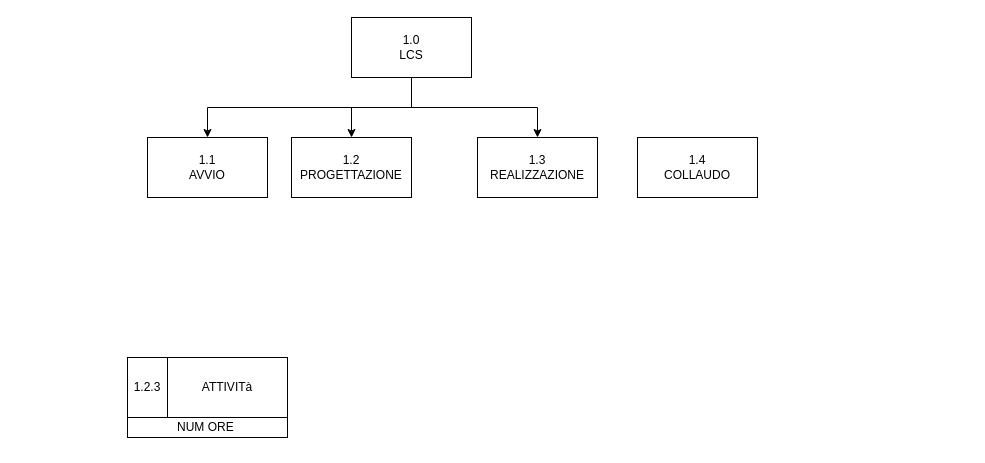
This is Diagramma senza titolo.drawio from Emanuele-Senis/gpoi-projects, a draw.io file, before an edit. Source tidied: cells renumbered, new cells numbered last; positions are measured from the earlier drawing's top-left corner, leaving out a move shared by most shapes. Both pictures are drawn from the tidied source at 100%, with x=0, y=0 at pixel (127, 17).
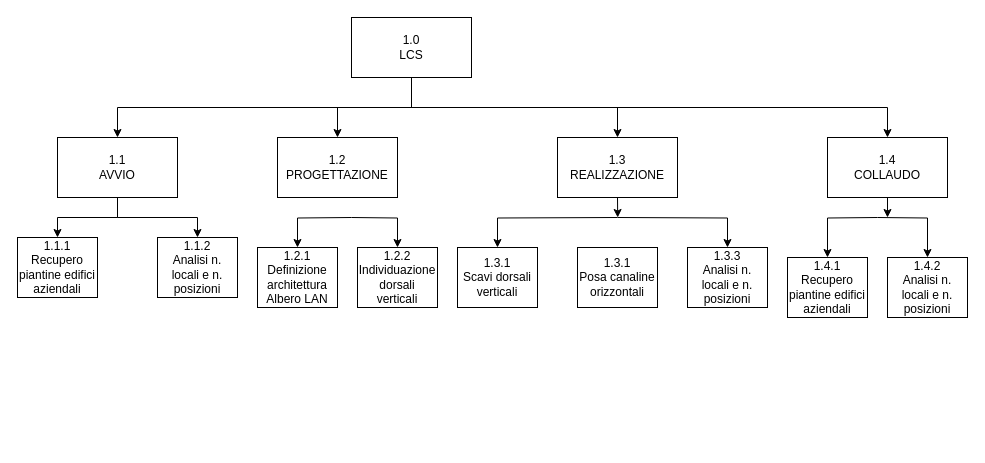
After the change.

The change refers to these unchanged cells:
```xml
<mxCell id="5" value="1.0&lt;br&gt;LCS" style="rounded=0;whiteSpace=wrap;html=1;" parent="1" vertex="1">
  <mxGeometry x="224" width="120" height="60" as="geometry" />
</mxCell>
```

Diff of the diagram source:
```diff
@@
+    <mxCell id="15" style="edgeStyle=orthogonalEdgeStyle;rounded=0;jettySize=auto;html=1;exitX=0.5;exitY=1;exitDx=0;exitDy=0;entryX=0.5;entryY=0;entryDx=0;entryDy=0;" parent="1" edge="1" source="5" target="14">
+      <mxGeometry relative="1" as="geometry" />
+    </mxCell>
@@
+    <mxCell id="16" style="edgeStyle=orthogonalEdgeStyle;rounded=0;jettySize=auto;html=1;exitX=0.5;exitY=1;exitDx=0;exitDy=0;" parent="1" edge="1" source="6" target="20">
+      <mxGeometry relative="1" as="geometry" />
+    </mxCell>
+    <mxCell id="17" style="edgeStyle=orthogonalEdgeStyle;rounded=0;jettySize=auto;html=1;exitX=0.5;exitY=1;exitDx=0;exitDy=0;entryX=0.5;entryY=0;entryDx=0;entryDy=0;" parent="1" edge="1" source="6" target="21">
+      <mxGeometry relative="1" as="geometry" />
+    </mxCell>
     <mxCell id="6" value="1.1&lt;br&gt;AVVIO" style="rounded=0;whiteSpace=wrap;html=1;" parent="1" vertex="1">
-      <mxGeometry x="20" y="120" width="120" height="60" as="geometry" />
+      <mxGeometry x="-70" y="120" width="120" height="60" as="geometry" />
     </mxCell>
-    <mxCell id="7" style="group;" parent="1" vertex="1">
-      <mxGeometry y="340" width="160" height="80" as="geometry" />
-    </mxCell>
-    <mxCell id="8" value="ATTIVITà" style="rounded=0;whiteSpace=wrap;html=1;" parent="7" vertex="1">
-      <mxGeometry x="40" width="120" height="60" as="geometry" />
-    </mxCell>
-    <mxCell id="9" value="1.2.3" style="rounded=0;whiteSpace=wrap;html=1;" parent="7" vertex="1">
-      <mxGeometry width="40" height="60" as="geometry" />
-    </mxCell>
-    <mxCell id="10" value="NUM ORE&amp;nbsp;" style="rounded=0;whiteSpace=wrap;html=1;" parent="7" vertex="1">
-      <mxGeometry y="60" width="160" height="20" as="geometry" />
-    </mxCell>
-    <mxCell id="11" style="edgeStyle=orthogonalEdgeStyle;rounded=0;orthogonalLoop=1;jettySize=auto;html=1;exitX=0.5;exitY=1;exitDx=0;exitDy=0;" parent="7" edge="1" source="10" target="10">
-      <mxGeometry relative="1" as="geometry" />
-    </mxCell>
     <mxCell id="12" value="1.2&lt;br&gt;PROGETTAZIONE" style="rounded=0;whiteSpace=wrap;html=1;" parent="1" vertex="1">
-      <mxGeometry x="164" y="120" width="120" height="60" as="geometry" />
+      <mxGeometry x="150" y="120" width="120" height="60" as="geometry" />
     </mxCell>
+    <mxCell id="18" style="edgeStyle=orthogonalEdgeStyle;rounded=0;jettySize=auto;html=1;exitX=0.5;exitY=1;exitDx=0;exitDy=0;" parent="1" edge="1" source="13">
+      <mxGeometry relative="1" as="geometry">
+        <mxPoint x="490.2" y="200" as="targetPoint" />
+      </mxGeometry>
+    </mxCell>
     <mxCell id="13" value="1.3&lt;br&gt;REALIZZAZIONE" style="rounded=0;whiteSpace=wrap;html=1;" parent="1" vertex="1">
-      <mxGeometry x="350" y="120" width="120" height="60" as="geometry" />
+      <mxGeometry x="430" y="120" width="120" height="60" as="geometry" />
     </mxCell>
+    <mxCell id="19" style="edgeStyle=orthogonalEdgeStyle;rounded=0;jettySize=auto;html=1;exitX=0.5;exitY=1;exitDx=0;exitDy=0;" parent="1" edge="1" source="14">
+      <mxGeometry relative="1" as="geometry">
+        <mxPoint x="760" y="200" as="targetPoint" />
+      </mxGeometry>
+    </mxCell>
     <mxCell id="14" value="1.4&lt;br&gt;COLLAUDO" style="rounded=0;whiteSpace=wrap;html=1;" parent="1" vertex="1">
-      <mxGeometry x="510" y="120" width="120" height="60" as="geometry" />
+      <mxGeometry x="700" y="120" width="120" height="60" as="geometry" />
     </mxCell>
+    <mxCell id="20" value="1.1.1&lt;br&gt;Recupero piantine edifici aziendali" style="rounded=0;whiteSpace=wrap;html=1;" parent="1" vertex="1">
+      <mxGeometry x="-110" y="220" width="80" height="60" as="geometry" />
+    </mxCell>
+    <mxCell id="21" value="1.1.2&lt;br&gt;Analisi n. locali e n. posizioni" style="rounded=0;whiteSpace=wrap;html=1;" parent="1" vertex="1">
+      <mxGeometry x="30" y="220" width="80" height="60" as="geometry" />
+    </mxCell>
+    <mxCell id="22" style="edgeStyle=orthogonalEdgeStyle;rounded=0;jettySize=auto;html=1;" parent="1" edge="1" target="24">
+      <mxGeometry relative="1" as="geometry">
+        <mxPoint x="224" y="200" as="sourcePoint" />
+      </mxGeometry>
+    </mxCell>
+    <mxCell id="23" style="edgeStyle=orthogonalEdgeStyle;rounded=0;jettySize=auto;html=1;entryX=0.5;entryY=0;entryDx=0;entryDy=0;" parent="1" edge="1" target="25">
+      <mxGeometry relative="1" as="geometry">
+        <mxPoint x="224" y="200" as="sourcePoint" />
+      </mxGeometry>
+    </mxCell>
+    <mxCell id="24" value="1.2.1&lt;br&gt;Definizione architettura Albero LAN" style="rounded=0;whiteSpace=wrap;html=1;" parent="1" vertex="1">
+      <mxGeometry x="130" y="230" width="80" height="60" as="geometry" />
+    </mxCell>
+    <mxCell id="25" value="1.2.2&lt;br&gt;Individuazione dorsali verticali" style="rounded=0;whiteSpace=wrap;html=1;" parent="1" vertex="1">
+      <mxGeometry x="230" y="230" width="80" height="60" as="geometry" />
+    </mxCell>
+    <mxCell id="26" style="edgeStyle=orthogonalEdgeStyle;rounded=0;jettySize=auto;html=1;exitX=0.5;exitY=1;exitDx=0;exitDy=0;" parent="1" edge="1" target="28">
+      <mxGeometry relative="1" as="geometry">
+        <mxPoint x="490" y="200" as="sourcePoint" />
+      </mxGeometry>
+    </mxCell>
+    <mxCell id="27" style="edgeStyle=orthogonalEdgeStyle;rounded=0;jettySize=auto;html=1;exitX=0.5;exitY=1;exitDx=0;exitDy=0;entryX=0.5;entryY=0;entryDx=0;entryDy=0;" parent="1" edge="1" target="29">
+      <mxGeometry relative="1" as="geometry">
+        <mxPoint x="490" y="200" as="sourcePoint" />
+      </mxGeometry>
+    </mxCell>
+    <mxCell id="28" value="1.3.1&lt;br&gt;Scavi dorsali verticali" style="rounded=0;whiteSpace=wrap;html=1;" parent="1" vertex="1">
+      <mxGeometry x="330" y="230" width="80" height="60" as="geometry" />
+    </mxCell>
+    <mxCell id="29" value="1.3.3&lt;br&gt;Analisi n. locali e n. posizioni" style="rounded=0;whiteSpace=wrap;html=1;" parent="1" vertex="1">
+      <mxGeometry x="560" y="230" width="80" height="60" as="geometry" />
+    </mxCell>
+    <mxCell id="30" style="edgeStyle=orthogonalEdgeStyle;rounded=0;jettySize=auto;html=1;exitX=0.5;exitY=1;exitDx=0;exitDy=0;" parent="1" edge="1" target="32">
+      <mxGeometry relative="1" as="geometry">
+        <mxPoint x="750" y="200" as="sourcePoint" />
+      </mxGeometry>
+    </mxCell>
+    <mxCell id="31" style="edgeStyle=orthogonalEdgeStyle;rounded=0;jettySize=auto;html=1;exitX=0.5;exitY=1;exitDx=0;exitDy=0;entryX=0.5;entryY=0;entryDx=0;entryDy=0;" parent="1" edge="1" target="33">
+      <mxGeometry relative="1" as="geometry">
+        <mxPoint x="750" y="200" as="sourcePoint" />
+      </mxGeometry>
+    </mxCell>
+    <mxCell id="32" value="1.4.1&lt;br&gt;Recupero piantine edifici aziendali" style="rounded=0;whiteSpace=wrap;html=1;" parent="1" vertex="1">
+      <mxGeometry x="660" y="240" width="80" height="60" as="geometry" />
+    </mxCell>
+    <mxCell id="33" value="1.4.2&lt;br&gt;Analisi n. locali e n. posizioni" style="rounded=0;whiteSpace=wrap;html=1;" parent="1" vertex="1">
+      <mxGeometry x="760" y="240" width="80" height="60" as="geometry" />
+    </mxCell>
+    <mxCell id="34" value="1.3.1&lt;br&gt;Posa canaline orizzontali" style="rounded=0;whiteSpace=wrap;html=1;" parent="1" vertex="1">
+      <mxGeometry x="450" y="230" width="80" height="60" as="geometry" />
+    </mxCell>
```
